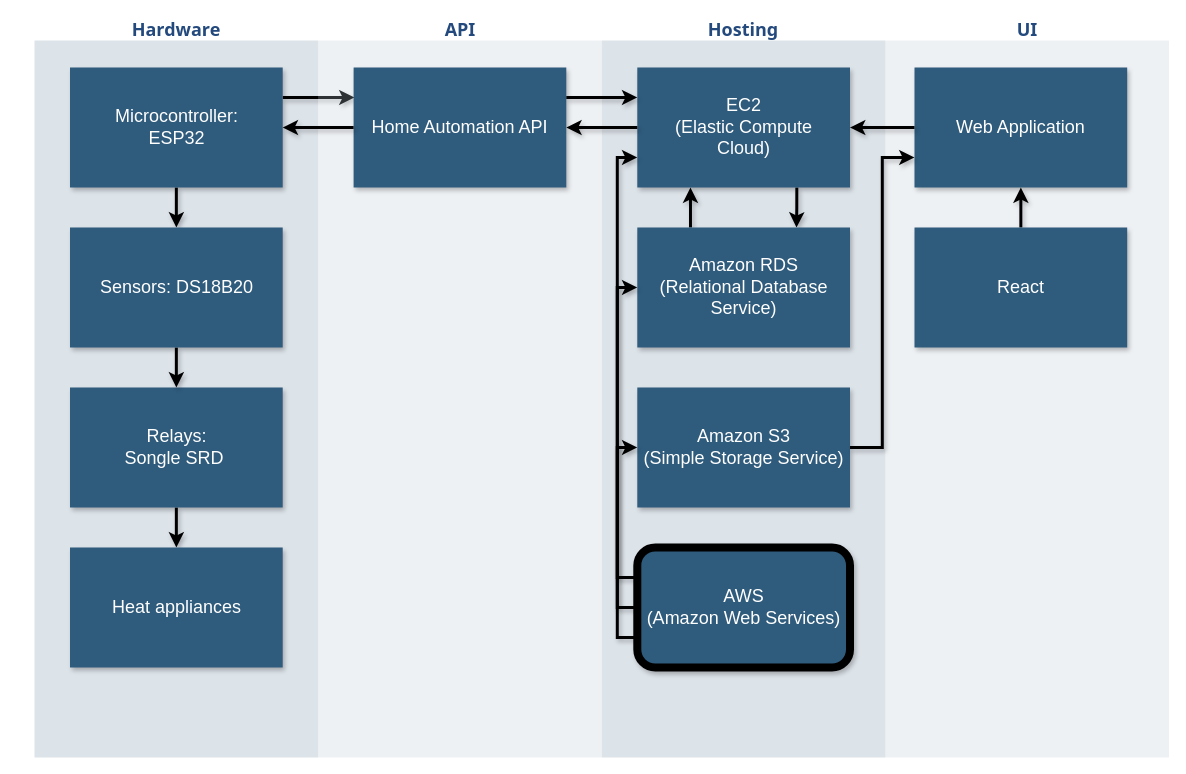
This is house_API.drawio from charlesporsbjer/sti-graph, a draw.io file, before an edit. Source tidied: cells renumbered, new cells numbered last; positions are measured from the earlier drawing's top-left corner, leaving out a move shared by most shapes. Both pictures are drawn from the tidied source at 100%, with x=0, y=0 at pixel (34, 17).
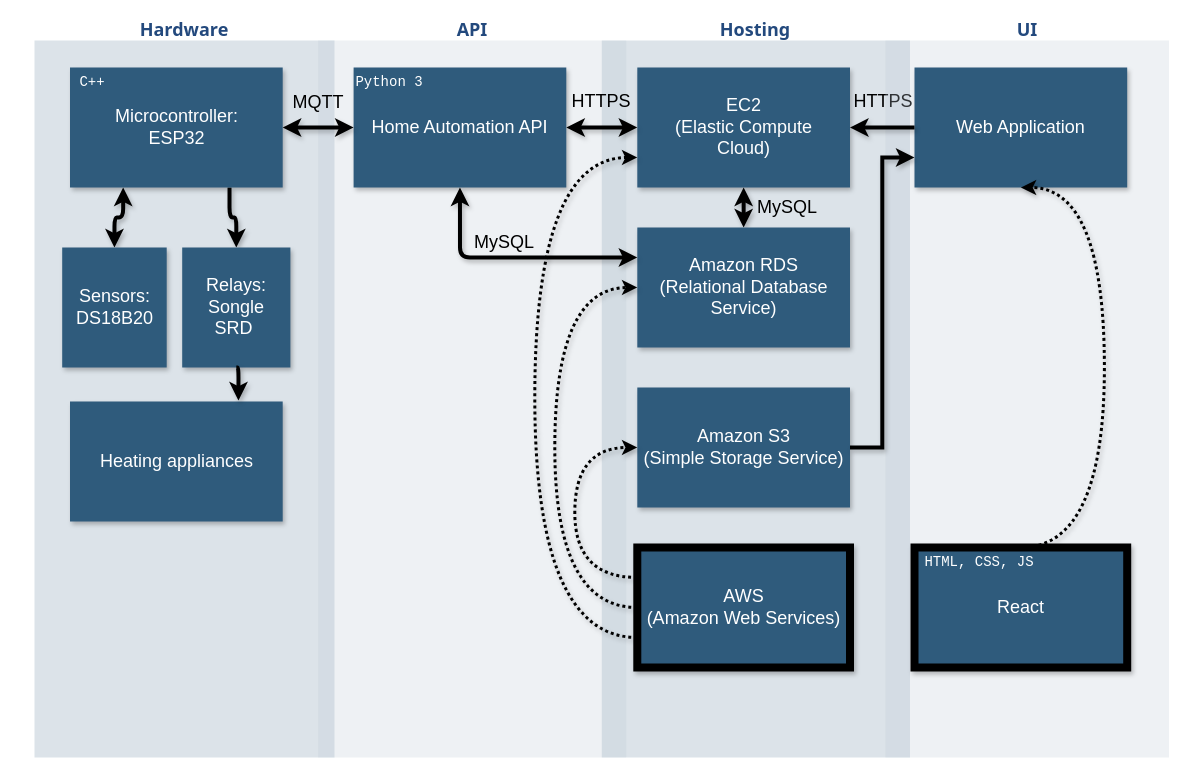
Above is the later version.

The edit, as a diff of the source:
```diff
@@
-    <mxCell id="2" value="&lt;font style=&quot;font-size: 18px;&quot; color=&quot;#23497d&quot;&gt;Hardware&lt;/font&gt;" style="swimlane;whiteSpace=wrap;fillColor=none;swimlaneFillColor=#BAC8D3;fontColor=#2F5B7C;fontFamily=Tahoma;html=1;strokeColor=none;opacity=50;shadow=0;startSize=23;" parent="1" vertex="1">
-      <mxGeometry width="283.6" height="740" as="geometry" />
+    <mxCell id="2" value="&lt;font style=&quot;font-size: 18px;&quot; color=&quot;#23497d&quot;&gt;Hardware&lt;/font&gt;" style="swimlane;whiteSpace=wrap;fillColor=none;swimlaneFillColor=#BAC8D3;fontColor=#2F5B7C;fontFamily=Tahoma;html=1;strokeColor=none;opacity=50;shadow=0;startSize=23;rounded=0;" parent="1" vertex="1">
+      <mxGeometry width="300" height="740" as="geometry" />
     </mxCell>
-    <mxCell id="3" style="edgeStyle=orthogonalEdgeStyle;rounded=0;jettySize=auto;html=1;exitX=1;exitY=0.25;exitDx=0;exitDy=0;shadow=1;curved=0;strokeWidth=3;jumpSize=6;flowAnimation=0;" parent="2" edge="1" source="5">
-      <mxGeometry relative="1" as="geometry">
-        <mxPoint x="320" y="80" as="targetPoint" />
-      </mxGeometry>
-    </mxCell>
-    <mxCell id="4" style="edgeStyle=orthogonalEdgeStyle;rounded=0;jettySize=auto;html=1;exitX=0.5;exitY=1;exitDx=0;exitDy=0;entryX=0.5;entryY=0;entryDx=0;entryDy=0;curved=0;strokeWidth=3;jumpSize=6;shadow=1;flowAnimation=0;" parent="2" edge="1" source="5" target="10">
+    <mxCell id="4" style="edgeStyle=orthogonalEdgeStyle;jettySize=auto;html=1;exitX=0.25;exitY=1;exitDx=0;exitDy=0;entryX=0.5;entryY=0;entryDx=0;entryDy=0;startArrow=classic;startFill=1;strokeWidth=4;shadow=1;" parent="2" edge="1" source="5" target="10">
       <mxGeometry relative="1" as="geometry" />
     </mxCell>
+    <mxCell id="32" style="edgeStyle=orthogonalEdgeStyle;jettySize=auto;html=1;exitX=0.75;exitY=1;exitDx=0;exitDy=0;entryX=0.5;entryY=0;entryDx=0;entryDy=0;strokeWidth=4;shadow=1;" parent="2" edge="1" source="5" target="7">
+      <mxGeometry relative="1" as="geometry" />
+    </mxCell>
-    <mxCell id="5" value="&lt;font style=&quot;font-size: 18px;&quot;&gt;Microcontroller:&lt;br&gt;ESP32&lt;/font&gt;" style="whiteSpace=wrap;shadow=1;fontColor=#FFFFFF;fontFamily=Helvetica;fontStyle=0;html=1;fontSize=12;plain-purple;strokeColor=none;fillColor=#2f5b7c;gradientColor=none;spacing=6;verticalAlign=middle;" parent="2" vertex="1">
+    <mxCell id="5" value="&lt;font style=&quot;font-size: 18px;&quot;&gt;Microcontroller:&lt;br&gt;ESP32&lt;/font&gt;" style="whiteSpace=wrap;shadow=1;fontColor=#FFFFFF;fontFamily=Helvetica;fontStyle=0;html=1;fontSize=12;plain-purple;strokeColor=none;fillColor=#2f5b7c;gradientColor=none;spacing=6;verticalAlign=middle;rounded=0;" parent="2" vertex="1">
       <mxGeometry x="35.5" y="50" width="212.7" height="120" as="geometry" />
     </mxCell>
-    <mxCell id="6" style="edgeStyle=orthogonalEdgeStyle;rounded=0;jettySize=auto;html=1;exitX=0.5;exitY=1;exitDx=0;exitDy=0;entryX=0.5;entryY=0;entryDx=0;entryDy=0;shadow=1;curved=0;strokeWidth=3;jumpSize=6;flowAnimation=0;" parent="2" edge="1" source="7" target="8">
-      <mxGeometry relative="1" as="geometry" />
-    </mxCell>
-    <mxCell id="7" value="&lt;font style=&quot;font-size: 18px;&quot;&gt;Relays:&lt;br&gt;Songle SRD&amp;nbsp;&lt;/font&gt;" style="whiteSpace=wrap;strokeColor=none;fillColor=#2f5b7c;shadow=1;fontColor=#FFFFFF;fontFamily=Helvetica;fontStyle=0;html=1;fontSize=12;spacing=6;verticalAlign=middle;" parent="2" vertex="1">
-      <mxGeometry x="35.5" y="370" width="212.7" height="120" as="geometry" />
+    <mxCell id="7" value="&lt;font style=&quot;font-size: 18px;&quot;&gt;Relays:&lt;br&gt;Songle SRD&amp;nbsp;&lt;/font&gt;" style="whiteSpace=wrap;strokeColor=none;fillColor=#2f5b7c;shadow=1;fontColor=#FFFFFF;fontFamily=Helvetica;fontStyle=0;html=1;fontSize=12;spacing=6;verticalAlign=middle;rounded=0;" parent="2" vertex="1">
+      <mxGeometry x="147.7" y="230" width="108.2" height="120" as="geometry" />
     </mxCell>
-    <mxCell id="8" value="&lt;font style=&quot;font-size: 18px;&quot;&gt;Heat appliances&lt;/font&gt;" style="whiteSpace=wrap;strokeColor=none;fillColor=#2f5b7c;shadow=1;fontColor=#FFFFFF;fontFamily=Helvetica;fontStyle=0;html=1;fontSize=12;spacing=6;verticalAlign=middle;" parent="2" vertex="1">
-      <mxGeometry x="35.5" y="530" width="212.7" height="120" as="geometry" />
+    <mxCell id="8" value="&lt;font style=&quot;font-size: 18px;&quot;&gt;Heating appliances&lt;/font&gt;" style="whiteSpace=wrap;strokeColor=none;fillColor=#2f5b7c;shadow=1;fontColor=#FFFFFF;fontFamily=Helvetica;fontStyle=0;html=1;fontSize=12;spacing=6;verticalAlign=middle;rounded=0;" parent="2" vertex="1">
+      <mxGeometry x="35.5" y="384" width="212.7" height="120" as="geometry" />
     </mxCell>
-    <mxCell id="9" style="edgeStyle=orthogonalEdgeStyle;rounded=0;jettySize=auto;html=1;exitX=0.5;exitY=1;exitDx=0;exitDy=0;entryX=0.5;entryY=0;entryDx=0;entryDy=0;curved=0;strokeWidth=3;jumpSize=6;shadow=1;flowAnimation=0;" parent="2" edge="1" source="10" target="7">
-      <mxGeometry relative="1" as="geometry" />
-    </mxCell>
-    <mxCell id="10" value="&lt;font style=&quot;font-size: 18px;&quot;&gt;Sensors: DS18B20&lt;/font&gt;" style="whiteSpace=wrap;shadow=1;fontColor=#FFFFFF;fontFamily=Helvetica;fontStyle=0;html=1;fontSize=12;plain-purple;strokeColor=none;fillColor=#2f5b7c;gradientColor=none;spacing=6;verticalAlign=middle;" parent="2" vertex="1">
-      <mxGeometry x="35.5" y="210" width="212.7" height="120" as="geometry" />
+    <mxCell id="10" value="&lt;font style=&quot;font-size: 18px;&quot;&gt;Sensors: DS18B20&lt;/font&gt;" style="whiteSpace=wrap;shadow=1;fontColor=#FFFFFF;fontFamily=Helvetica;fontStyle=0;html=1;fontSize=12;plain-purple;strokeColor=none;fillColor=#2f5b7c;gradientColor=none;spacing=6;verticalAlign=middle;rounded=0;" parent="2" vertex="1">
+      <mxGeometry x="27.7" y="230" width="104.5" height="120" as="geometry" />
     </mxCell>
-    <mxCell id="11" value="&lt;font style=&quot;font-size: 18px;&quot; color=&quot;#23497d&quot;&gt;API&lt;/font&gt;" style="swimlane;whiteSpace=wrap;fillColor=none;swimlaneFillColor=#BAC8D3;fontColor=#2F5B7C;fontFamily=Tahoma;html=1;strokeColor=none;opacity=25;startSize=23;shadow=0;" parent="1" vertex="1">
-      <mxGeometry x="283.6" width="283.6" height="740" as="geometry" />
+    <mxCell id="11" value="&lt;font style=&quot;font-size: 18px;&quot; color=&quot;#23497d&quot;&gt;API&lt;/font&gt;" style="swimlane;whiteSpace=wrap;fillColor=none;swimlaneFillColor=#BAC8D3;fontColor=#2F5B7C;fontFamily=Tahoma;html=1;strokeColor=none;opacity=25;startSize=23;shadow=0;rounded=0;" parent="2" vertex="1">
+      <mxGeometry x="283.6" width="308.2" height="740" as="geometry" />
     </mxCell>
-    <mxCell id="12" value="&lt;font style=&quot;font-size: 18px;&quot;&gt;Home Automation API&lt;/font&gt;" style="whiteSpace=wrap;shadow=1;fontColor=#FFFFFF;fontFamily=Helvetica;fontStyle=0;html=1;fontSize=12;plain-purple;strokeColor=none;fillColor=#2f5b7c;gradientColor=none;spacing=6;verticalAlign=middle;" parent="11" vertex="1">
+    <mxCell id="12" value="&lt;font style=&quot;font-size: 18px;&quot;&gt;Home Automation API&lt;/font&gt;" style="whiteSpace=wrap;shadow=1;fontColor=#FFFFFF;fontFamily=Helvetica;fontStyle=0;html=1;fontSize=12;plain-purple;strokeColor=none;fillColor=#2f5b7c;gradientColor=none;spacing=6;verticalAlign=middle;rounded=0;" parent="11" vertex="1">
       <mxGeometry x="35.5" y="50" width="212.7" height="120" as="geometry" />
     </mxCell>
+    <mxCell id="33" value="&lt;font style=&quot;font-size: 18px;&quot;&gt;MQTT&lt;/font&gt;" style="text;html=1;align=center;verticalAlign=middle;whiteSpace=wrap;rounded=0;" parent="11" vertex="1">
+      <mxGeometry x="-30" y="70" width="60" height="30" as="geometry" />
+    </mxCell>
+    <mxCell id="34" value="&lt;font style=&quot;font-size: 18px;&quot;&gt;MySQL&lt;/font&gt;" style="text;html=1;align=center;verticalAlign=middle;whiteSpace=wrap;rounded=0;" parent="11" vertex="1">
+      <mxGeometry x="156.4" y="210" width="60" height="30" as="geometry" />
+    </mxCell>
+    <mxCell id="35" value="&lt;span style=&quot;font-size: 14px;&quot;&gt;&lt;font color=&quot;#ffffff&quot;&gt;Python 3&lt;/font&gt;&lt;/span&gt;" style="text;html=1;align=center;verticalAlign=middle;whiteSpace=wrap;rounded=0;fontFamily=Courier New;" parent="11" vertex="1">
+      <mxGeometry x="-3.6" y="50" width="149.5" height="30" as="geometry" />
+    </mxCell>
+    <mxCell id="31" style="edgeStyle=orthogonalEdgeStyle;rounded=0;jettySize=auto;html=1;exitX=0;exitY=0.5;exitDx=0;exitDy=0;curved=0;strokeWidth=4;jumpSize=6;shadow=1;flowAnimation=0;startArrow=classic;startFill=1;" parent="2" edge="1" source="12" target="5">
+      <mxGeometry relative="1" as="geometry" />
+    </mxCell>
+    <mxCell id="6" style="edgeStyle=orthogonalEdgeStyle;jettySize=auto;html=1;exitX=0.5;exitY=1;exitDx=0;exitDy=0;entryX=0.792;entryY=-0.008;entryDx=0;entryDy=0;entryPerimeter=0;strokeWidth=4;shadow=1;" parent="2" edge="1" source="7" target="8">
+      <mxGeometry relative="1" as="geometry" />
+    </mxCell>
+    <mxCell id="36" value="&lt;span style=&quot;font-size: 14px;&quot;&gt;&lt;font color=&quot;#ffffff&quot;&gt;C++&lt;/font&gt;&lt;/span&gt;" style="text;html=1;align=center;verticalAlign=middle;whiteSpace=wrap;rounded=0;fillColor=none;strokeWidth=1;shadow=0;glass=0;fontFamily=Courier New;" parent="2" vertex="1">
+      <mxGeometry x="-17.3" y="50" width="149.5" height="30" as="geometry" />
+    </mxCell>
-    <mxCell id="13" value="&lt;font style=&quot;font-size: 18px;&quot; color=&quot;#23497d&quot;&gt;Hosting&lt;/font&gt;" style="swimlane;whiteSpace=wrap;fillColor=none;swimlaneFillColor=#BAC8D3;fontColor=#2F5B7C;fontFamily=Tahoma;html=1;strokeColor=none;opacity=50;shadow=0;startSize=23;" parent="1" vertex="1">
-      <mxGeometry x="567.3" width="283.6" height="740" as="geometry" />
+    <mxCell id="13" value="&lt;font style=&quot;font-size: 18px;&quot; color=&quot;#23497d&quot;&gt;Hosting&lt;/font&gt;" style="swimlane;whiteSpace=wrap;fillColor=none;swimlaneFillColor=#BAC8D3;fontColor=#2F5B7C;fontFamily=Tahoma;html=1;strokeColor=none;opacity=50;shadow=0;startSize=23;rounded=0;" parent="1" vertex="1">
+      <mxGeometry x="567.3" width="308.2" height="740" as="geometry" />
     </mxCell>
-    <mxCell id="14" style="edgeStyle=orthogonalEdgeStyle;rounded=0;jettySize=auto;html=1;exitX=0.75;exitY=1;exitDx=0;exitDy=0;curved=0;strokeWidth=3;jumpSize=6;shadow=1;flowAnimation=0;" parent="13" edge="1" source="15">
-      <mxGeometry relative="1" as="geometry">
-        <mxPoint x="194.7" y="210" as="targetPoint" />
-      </mxGeometry>
-    </mxCell>
-    <mxCell id="15" value="&lt;font style=&quot;font-size: 18px;&quot;&gt;EC2&lt;br&gt;(Elastic Compute&lt;br&gt;Cloud)&lt;/font&gt;" style="whiteSpace=wrap;strokeColor=none;fillColor=#2f5b7c;shadow=1;fontColor=#FFFFFF;fontFamily=Helvetica;fontStyle=0;html=1;fontSize=12;spacing=6;verticalAlign=middle;" parent="13" vertex="1">
+    <mxCell id="15" value="&lt;font style=&quot;font-size: 18px;&quot;&gt;EC2&lt;br&gt;(Elastic Compute&lt;br&gt;Cloud)&lt;/font&gt;" style="whiteSpace=wrap;strokeColor=none;fillColor=#2f5b7c;shadow=1;fontColor=#FFFFFF;fontFamily=Helvetica;fontStyle=0;html=1;fontSize=12;spacing=6;verticalAlign=middle;rounded=0;" parent="13" vertex="1">
       <mxGeometry x="35.5" y="50" width="212.7" height="120" as="geometry" />
     </mxCell>
-    <mxCell id="16" value="&lt;font style=&quot;font-size: 18px;&quot;&gt;Amazon S3&lt;br&gt;(Simple Storage Service)&lt;/font&gt;" style="whiteSpace=wrap;strokeColor=none;fillColor=#2f5b7c;shadow=1;fontColor=#FFFFFF;fontFamily=Helvetica;fontStyle=0;html=1;fontSize=12;spacing=6;verticalAlign=middle;" parent="13" vertex="1">
+    <mxCell id="16" value="&lt;font style=&quot;font-size: 18px;&quot;&gt;Amazon S3&lt;br&gt;(Simple Storage Service)&lt;/font&gt;" style="whiteSpace=wrap;strokeColor=none;fillColor=#2f5b7c;shadow=1;fontColor=#FFFFFF;fontFamily=Helvetica;fontStyle=0;html=1;fontSize=12;spacing=6;verticalAlign=middle;rounded=0;" parent="13" vertex="1">
       <mxGeometry x="35.5" y="370" width="212.7" height="120" as="geometry" />
     </mxCell>
-    <mxCell id="17" style="edgeStyle=orthogonalEdgeStyle;rounded=0;jettySize=auto;html=1;exitX=0.25;exitY=0;exitDx=0;exitDy=0;entryX=0.25;entryY=1;entryDx=0;entryDy=0;curved=0;strokeWidth=3;jumpSize=6;shadow=1;flowAnimation=0;" parent="13" edge="1" source="18" target="15">
+    <mxCell id="17" style="edgeStyle=orthogonalEdgeStyle;jettySize=auto;html=1;exitX=0.5;exitY=0;exitDx=0;exitDy=0;entryX=0.5;entryY=1;entryDx=0;entryDy=0;strokeWidth=4;startArrow=classic;startFill=1;shadow=1;" parent="13" edge="1" source="18" target="15">
       <mxGeometry relative="1" as="geometry" />
     </mxCell>
-    <mxCell id="18" value="&lt;font style=&quot;font-size: 18px;&quot;&gt;Amazon RDS&lt;br&gt;(Relational Database Service)&lt;/font&gt;" style="whiteSpace=wrap;strokeColor=none;fillColor=#2f5b7c;shadow=1;fontColor=#FFFFFF;fontFamily=Helvetica;fontStyle=0;html=1;fontSize=12;spacing=6;verticalAlign=middle;" parent="13" vertex="1">
+    <mxCell id="18" value="&lt;font style=&quot;font-size: 18px;&quot;&gt;Amazon RDS&lt;br&gt;(Relational Database Service)&lt;/font&gt;" style="whiteSpace=wrap;strokeColor=none;fillColor=#2f5b7c;shadow=1;fontColor=#FFFFFF;fontFamily=Helvetica;fontStyle=0;html=1;fontSize=12;spacing=6;verticalAlign=middle;rounded=0;" parent="13" vertex="1">
       <mxGeometry x="35.5" y="210" width="212.7" height="120" as="geometry" />
     </mxCell>
+    <mxCell id="20" style="edgeStyle=orthogonalEdgeStyle;rounded=0;jettySize=auto;html=1;exitX=0;exitY=0.75;exitDx=0;exitDy=0;entryX=0;entryY=0.75;entryDx=0;entryDy=0;curved=1;strokeWidth=3;jumpSize=6;shadow=1;flowAnimation=0;dashed=1;dashPattern=1 1;" parent="13" edge="1" source="22" target="15">
+      <mxGeometry relative="1" as="geometry">
+        <Array as="points">
+          <mxPoint x="-67" y="620" />
+          <mxPoint x="-67" y="140" />
+        </Array>
+      </mxGeometry>
+    </mxCell>
-    <mxCell id="19" style="edgeStyle=orthogonalEdgeStyle;rounded=0;jettySize=auto;html=1;exitX=0;exitY=0.25;exitDx=0;exitDy=0;entryX=0;entryY=0.5;entryDx=0;entryDy=0;curved=0;strokeWidth=3;jumpSize=6;shadow=1;flowAnimation=0;" parent="13" edge="1" source="22" target="18">
-      <mxGeometry relative="1" as="geometry" />
+    <mxCell id="19" style="edgeStyle=orthogonalEdgeStyle;jettySize=auto;html=1;exitX=0;exitY=0.5;exitDx=0;exitDy=0;entryX=0;entryY=0.5;entryDx=0;entryDy=0;shadow=1;strokeWidth=3;dashed=1;dashPattern=1 1;curved=1;" parent="13" edge="1" source="22" target="18">
+      <mxGeometry relative="1" as="geometry">
+        <Array as="points">
+          <mxPoint x="-47" y="590" />
+          <mxPoint x="-47" y="270" />
+        </Array>
+      </mxGeometry>
     </mxCell>
-    <mxCell id="20" style="edgeStyle=orthogonalEdgeStyle;rounded=0;jettySize=auto;html=1;exitX=0;exitY=0.75;exitDx=0;exitDy=0;entryX=0;entryY=0.75;entryDx=0;entryDy=0;curved=0;strokeWidth=3;jumpSize=6;shadow=1;flowAnimation=0;" parent="13" edge="1" source="22" target="15">
-      <mxGeometry relative="1" as="geometry" />
-    </mxCell>
-    <mxCell id="21" style="edgeStyle=orthogonalEdgeStyle;rounded=0;jettySize=auto;html=1;exitX=0;exitY=0.5;exitDx=0;exitDy=0;entryX=0;entryY=0.5;entryDx=0;entryDy=0;curved=0;strokeWidth=3;jumpSize=6;shadow=1;flowAnimation=0;" parent="13" edge="1" source="22" target="16">
-      <mxGeometry relative="1" as="geometry" />
+    <mxCell id="21" style="edgeStyle=orthogonalEdgeStyle;jettySize=auto;html=1;exitX=0;exitY=0.25;exitDx=0;exitDy=0;entryX=0;entryY=0.5;entryDx=0;entryDy=0;strokeWidth=3;dashed=1;dashPattern=1 1;curved=1;shadow=1;" parent="13" edge="1" source="22" target="16">
+      <mxGeometry relative="1" as="geometry">
+        <Array as="points">
+          <mxPoint x="-27" y="560" />
+          <mxPoint x="-27" y="430" />
+        </Array>
+      </mxGeometry>
     </mxCell>
-    <mxCell id="22" value="&lt;font style=&quot;font-size: 18px;&quot;&gt;AWS&lt;br&gt;(Amazon Web Services)&lt;/font&gt;" style="whiteSpace=wrap;strokeColor=default;fillColor=#2f5b7c;shadow=1;fontColor=#FFFFFF;fontFamily=Helvetica;fontStyle=0;html=1;fontSize=12;spacing=6;verticalAlign=middle;rounded=1;gradientColor=none;glass=0;perimeterSpacing=0;strokeWidth=8;" parent="13" vertex="1">
+    <mxCell id="22" value="&lt;font style=&quot;font-size: 18px;&quot;&gt;AWS&lt;br&gt;(Amazon Web Services)&lt;/font&gt;" style="whiteSpace=wrap;strokeColor=default;fillColor=#2f5b7c;shadow=1;fontColor=#FFFFFF;fontFamily=Helvetica;fontStyle=0;html=1;fontSize=12;spacing=6;verticalAlign=middle;rounded=0;gradientColor=none;glass=0;perimeterSpacing=0;strokeWidth=8;" parent="13" vertex="1">
       <mxGeometry x="35.5" y="530" width="212.7" height="120" as="geometry" />
     </mxCell>
+    <mxCell id="37" value="&lt;font style=&quot;font-size: 18px;&quot;&gt;HTTPS&lt;/font&gt;" style="text;html=1;align=center;verticalAlign=middle;whiteSpace=wrap;rounded=0;" parent="13" vertex="1">
+      <mxGeometry x="-30.3" y="69" width="60" height="30" as="geometry" />
+    </mxCell>
+    <mxCell id="38" value="&lt;font style=&quot;font-size: 18px;&quot;&gt;HTTPS&lt;/font&gt;" style="text;html=1;align=center;verticalAlign=middle;whiteSpace=wrap;rounded=0;" parent="13" vertex="1">
+      <mxGeometry x="251.7" y="69" width="60" height="30" as="geometry" />
+    </mxCell>
-    <mxCell id="23" value="&lt;font style=&quot;font-size: 18px;&quot; color=&quot;#23497d&quot;&gt;UI&lt;/font&gt;" style="swimlane;whiteSpace=wrap;fillColor=none;swimlaneFillColor=#BAC8D3;fontColor=#2F5B7C;fontFamily=Tahoma;html=1;strokeColor=none;opacity=25;shadow=0;startSize=23;" parent="1" vertex="1">
+    <mxCell id="23" value="&lt;font style=&quot;font-size: 18px;&quot; color=&quot;#23497d&quot;&gt;UI&lt;/font&gt;" style="swimlane;whiteSpace=wrap;fillColor=none;swimlaneFillColor=#BAC8D3;fontColor=#2F5B7C;fontFamily=Tahoma;html=1;strokeColor=none;opacity=25;shadow=0;startSize=23;rounded=0;" parent="1" vertex="1">
       <mxGeometry x="850.9" width="283.6" height="740" as="geometry" />
     </mxCell>
-    <mxCell id="24" value="&lt;font style=&quot;font-size: 18px;&quot;&gt;Web Application&lt;/font&gt;" style="whiteSpace=wrap;strokeColor=none;fillColor=#2f5b7c;shadow=1;fontColor=#FFFFFF;fontFamily=Helvetica;fontStyle=0;html=1;fontSize=12;spacing=6;verticalAlign=middle;" parent="23" vertex="1">
+    <mxCell id="24" value="&lt;font style=&quot;font-size: 18px;&quot;&gt;Web Application&lt;/font&gt;" style="whiteSpace=wrap;strokeColor=none;fillColor=#2f5b7c;shadow=1;fontColor=#FFFFFF;fontFamily=Helvetica;fontStyle=0;html=1;fontSize=12;spacing=6;verticalAlign=middle;rounded=0;" parent="23" vertex="1">
       <mxGeometry x="29.1" y="50" width="212.7" height="120" as="geometry" />
     </mxCell>
-    <mxCell id="25" style="edgeStyle=orthogonalEdgeStyle;rounded=0;jettySize=auto;html=1;exitX=0.5;exitY=0;exitDx=0;exitDy=0;entryX=0.5;entryY=1;entryDx=0;entryDy=0;shadow=1;curved=0;strokeWidth=3;jumpSize=6;flowAnimation=0;" parent="23" edge="1" source="26" target="24">
-      <mxGeometry relative="1" as="geometry" />
+    <mxCell id="25" style="edgeStyle=orthogonalEdgeStyle;rounded=0;jettySize=auto;html=1;exitX=0.5;exitY=0;exitDx=0;exitDy=0;entryX=0.5;entryY=1;entryDx=0;entryDy=0;shadow=1;curved=1;strokeWidth=3;jumpSize=6;flowAnimation=0;dashed=1;dashPattern=1 1;" parent="23" edge="1" source="26" target="24">
+      <mxGeometry relative="1" as="geometry">
+        <Array as="points">
+          <mxPoint x="219" y="530" />
+          <mxPoint x="219" y="170" />
+        </Array>
+      </mxGeometry>
     </mxCell>
-    <mxCell id="26" value="&lt;font style=&quot;font-size: 18px;&quot;&gt;React&lt;/font&gt;" style="whiteSpace=wrap;strokeColor=none;fillColor=#2f5b7c;shadow=1;fontColor=#FFFFFF;fontFamily=Helvetica;fontStyle=0;html=1;fontSize=12;spacing=6;verticalAlign=middle;" parent="23" vertex="1">
-      <mxGeometry x="29.1" y="210" width="212.7" height="120" as="geometry" />
+    <mxCell id="26" value="&lt;font style=&quot;font-size: 18px;&quot;&gt;React&lt;/font&gt;" style="whiteSpace=wrap;strokeColor=default;fillColor=#2f5b7c;shadow=1;fontColor=#FFFFFF;fontFamily=Helvetica;fontStyle=0;html=1;fontSize=12;spacing=6;verticalAlign=middle;rounded=0;gradientColor=none;strokeWidth=8;" parent="23" vertex="1">
+      <mxGeometry x="29.1" y="530" width="212.7" height="120" as="geometry" />
     </mxCell>
-    <mxCell id="27" style="edgeStyle=orthogonalEdgeStyle;rounded=0;jettySize=auto;html=1;exitX=1;exitY=0.25;exitDx=0;exitDy=0;entryX=0;entryY=0.25;entryDx=0;entryDy=0;shadow=1;curved=0;strokeWidth=3;jumpSize=6;flowAnimation=0;" parent="1" edge="1" source="12" target="15">
-      <mxGeometry relative="1" as="geometry" />
-    </mxCell>
+    <mxCell id="39" value="&lt;span style=&quot;font-size: 14px;&quot;&gt;&lt;font color=&quot;#ffffff&quot;&gt;HTML, CSS, JS&lt;/font&gt;&lt;/span&gt;" style="text;html=1;align=center;verticalAlign=middle;whiteSpace=wrap;rounded=0;fontFamily=Courier New;" parent="23" vertex="1">
+      <mxGeometry x="19.1" y="530" width="149.5" height="30" as="geometry" />
+    </mxCell>
-    <mxCell id="28" style="edgeStyle=orthogonalEdgeStyle;rounded=0;jettySize=auto;html=1;exitX=0;exitY=0.5;exitDx=0;exitDy=0;entryX=1;entryY=0.5;entryDx=0;entryDy=0;curved=0;strokeWidth=3;jumpSize=6;shadow=1;flowAnimation=0;" parent="1" edge="1" source="24" target="15">
+    <mxCell id="28" style="edgeStyle=orthogonalEdgeStyle;rounded=0;jettySize=auto;html=1;exitX=0;exitY=0.5;exitDx=0;exitDy=0;entryX=1;entryY=0.5;entryDx=0;entryDy=0;curved=0;strokeWidth=4;jumpSize=6;shadow=1;flowAnimation=0;" parent="1" edge="1" source="24" target="15">
       <mxGeometry relative="1" as="geometry" />
     </mxCell>
-    <mxCell id="29" style="edgeStyle=orthogonalEdgeStyle;rounded=0;jettySize=auto;html=1;exitX=1;exitY=0.5;exitDx=0;exitDy=0;entryX=0;entryY=0.75;entryDx=0;entryDy=0;curved=0;strokeWidth=3;jumpSize=6;shadow=1;flowAnimation=0;" parent="1" edge="1" source="16" target="24">
+    <mxCell id="29" style="edgeStyle=orthogonalEdgeStyle;rounded=0;jettySize=auto;html=1;exitX=1;exitY=0.5;exitDx=0;exitDy=0;entryX=0;entryY=0.75;entryDx=0;entryDy=0;curved=0;strokeWidth=4;jumpSize=6;shadow=1;flowAnimation=0;" parent="1" edge="1" source="16" target="24">
       <mxGeometry relative="1" as="geometry" />
     </mxCell>
-    <mxCell id="30" style="edgeStyle=orthogonalEdgeStyle;rounded=0;jettySize=auto;html=1;exitX=0;exitY=0.5;exitDx=0;exitDy=0;entryX=1;entryY=0.5;entryDx=0;entryDy=0;curved=0;strokeWidth=3;jumpSize=6;shadow=1;flowAnimation=0;" parent="1" edge="1" source="15" target="12">
+    <mxCell id="30" style="edgeStyle=orthogonalEdgeStyle;rounded=0;jettySize=auto;html=1;exitX=0;exitY=0.5;exitDx=0;exitDy=0;entryX=1;entryY=0.5;entryDx=0;entryDy=0;curved=0;strokeWidth=4;jumpSize=6;shadow=1;flowAnimation=0;startArrow=classic;startFill=1;" parent="1" edge="1" source="15" target="12">
       <mxGeometry relative="1" as="geometry" />
     </mxCell>
-    <mxCell id="31" style="edgeStyle=orthogonalEdgeStyle;rounded=0;jettySize=auto;html=1;exitX=0;exitY=0.5;exitDx=0;exitDy=0;curved=0;strokeWidth=3;jumpSize=6;shadow=1;flowAnimation=0;" parent="1" edge="1" source="12" target="5">
-      <mxGeometry relative="1" as="geometry" />
-    </mxCell>
+    <mxCell id="40" style="edgeStyle=orthogonalEdgeStyle;jettySize=auto;html=1;exitX=0.5;exitY=1;exitDx=0;exitDy=0;entryX=0;entryY=0.25;entryDx=0;entryDy=0;strokeWidth=4;shadow=1;startArrow=classic;startFill=1;rounded=1;curved=0;" parent="1" edge="1" source="12" target="18">
+      <mxGeometry relative="1" as="geometry" />
+    </mxCell>
+    <mxCell id="41" value="&lt;font style=&quot;font-size: 18px;&quot;&gt;MySQL&lt;/font&gt;" style="text;html=1;align=center;verticalAlign=middle;whiteSpace=wrap;rounded=0;" parent="1" vertex="1">
+      <mxGeometry x="723" y="175" width="60" height="30" as="geometry" />
+    </mxCell>
```
